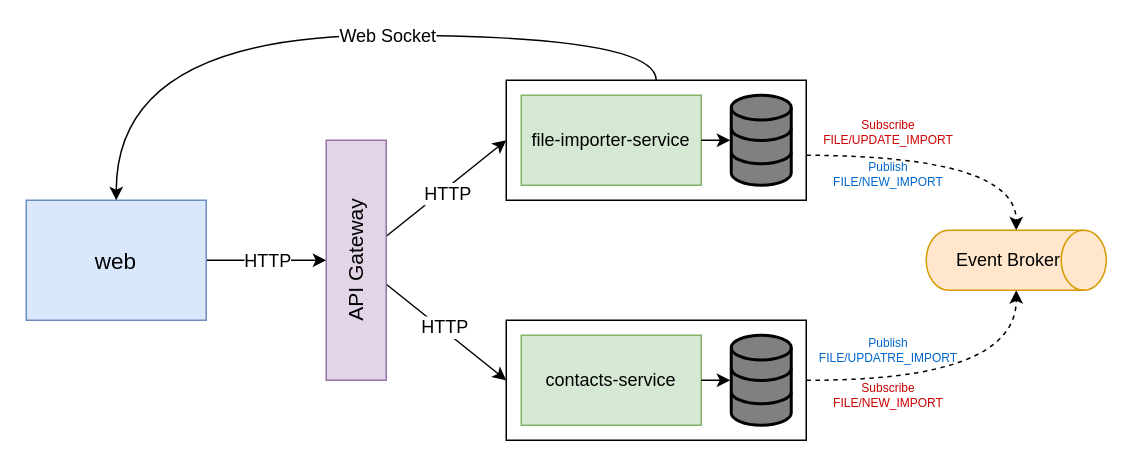
Before: docs/system-design.drawio in buemura/contacts-importer, a draw.io diagram. Source tidied: cells renumbered, new cells numbered last; positions are measured from the earlier drawing's top-left corner, leaving out a move shared by most shapes. Both pictures are drawn from the tidied source at 150%, with x=0, y=0 at pixel (26, 34).
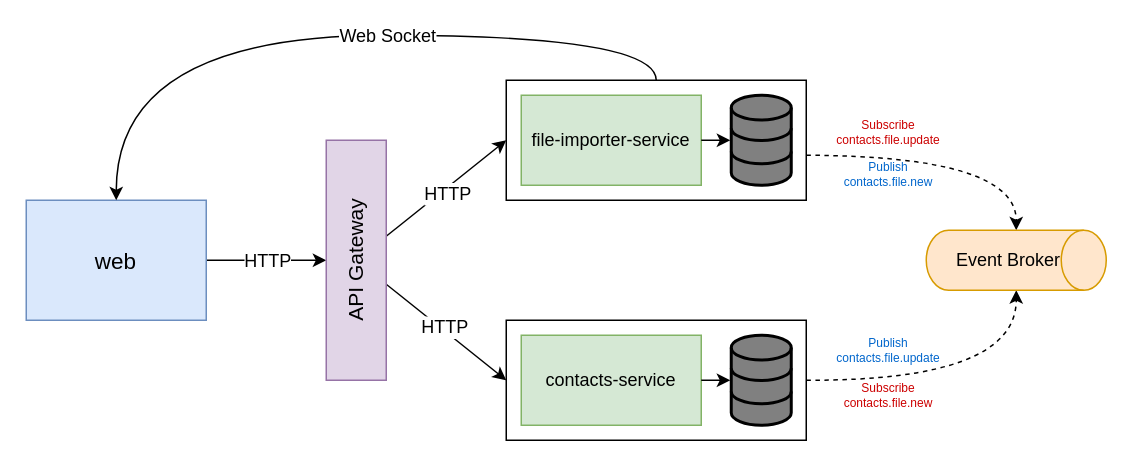
The same diagram, later.

The edit, as a diff of the source:
```diff
@@
-    <mxCell id="5" value="Subscribe&lt;br style=&quot;font-size: 8px;&quot;&gt;FILE/NEW_IMPORT" style="text;html=1;strokeColor=none;fillColor=none;align=center;verticalAlign=middle;whiteSpace=wrap;rounded=0;fontSize=8;fontColor=#CC0000;" parent="1" vertex="1">
+    <mxCell id="5" value="Subscribe&lt;br style=&quot;font-size: 8px;&quot;&gt;contacts.file.new" style="text;html=1;strokeColor=none;fillColor=none;align=center;verticalAlign=middle;whiteSpace=wrap;rounded=0;fontSize=8;fontColor=#CC0000;" parent="1" vertex="1">
       <mxGeometry x="530" y="230" width="90" height="20" as="geometry" />
     </mxCell>
-    <mxCell id="6" value="Publish&lt;br style=&quot;font-size: 8px;&quot;&gt;FILE/UPDATRE_IMPORT" style="text;html=1;strokeColor=none;fillColor=none;align=center;verticalAlign=middle;whiteSpace=wrap;rounded=0;fontSize=8;fontColor=#0066CC;" parent="1" vertex="1">
+    <mxCell id="6" value="Publish&lt;br style=&quot;font-size: 8px;&quot;&gt;contacts.file.update" style="text;html=1;strokeColor=none;fillColor=none;align=center;verticalAlign=middle;whiteSpace=wrap;rounded=0;fontSize=8;fontColor=#0066CC;" parent="1" vertex="1">
       <mxGeometry x="520" y="200" width="110" height="20" as="geometry" />
     </mxCell>
-    <mxCell id="7" value="Publish&lt;br style=&quot;font-size: 8px;&quot;&gt;FILE/NEW_IMPORT" style="text;html=1;strokeColor=none;fillColor=none;align=center;verticalAlign=middle;whiteSpace=wrap;rounded=0;fontSize=8;fontColor=#0066CC;" parent="1" vertex="1">
+    <mxCell id="7" value="Publish&lt;br style=&quot;font-size: 8px;&quot;&gt;contacts.file.new" style="text;html=1;strokeColor=none;fillColor=none;align=center;verticalAlign=middle;whiteSpace=wrap;rounded=0;fontSize=8;fontColor=#0066CC;" parent="1" vertex="1">
       <mxGeometry x="535" y="75" width="80" height="35" as="geometry" />
     </mxCell>
-    <mxCell id="8" value="Subscribe&lt;br style=&quot;font-size: 8px;&quot;&gt;FILE/UPDATE_IMPORT" style="text;html=1;strokeColor=none;fillColor=none;align=center;verticalAlign=middle;whiteSpace=wrap;rounded=0;fontSize=8;fontColor=#CC0000;" parent="1" vertex="1">
+    <mxCell id="8" value="Subscribe&lt;br style=&quot;font-size: 8px;&quot;&gt;contacts.file.update" style="text;html=1;strokeColor=none;fillColor=none;align=center;verticalAlign=middle;whiteSpace=wrap;rounded=0;fontSize=8;fontColor=#CC0000;" parent="1" vertex="1">
       <mxGeometry x="530" y="55" width="90" height="20" as="geometry" />
     </mxCell>
```
